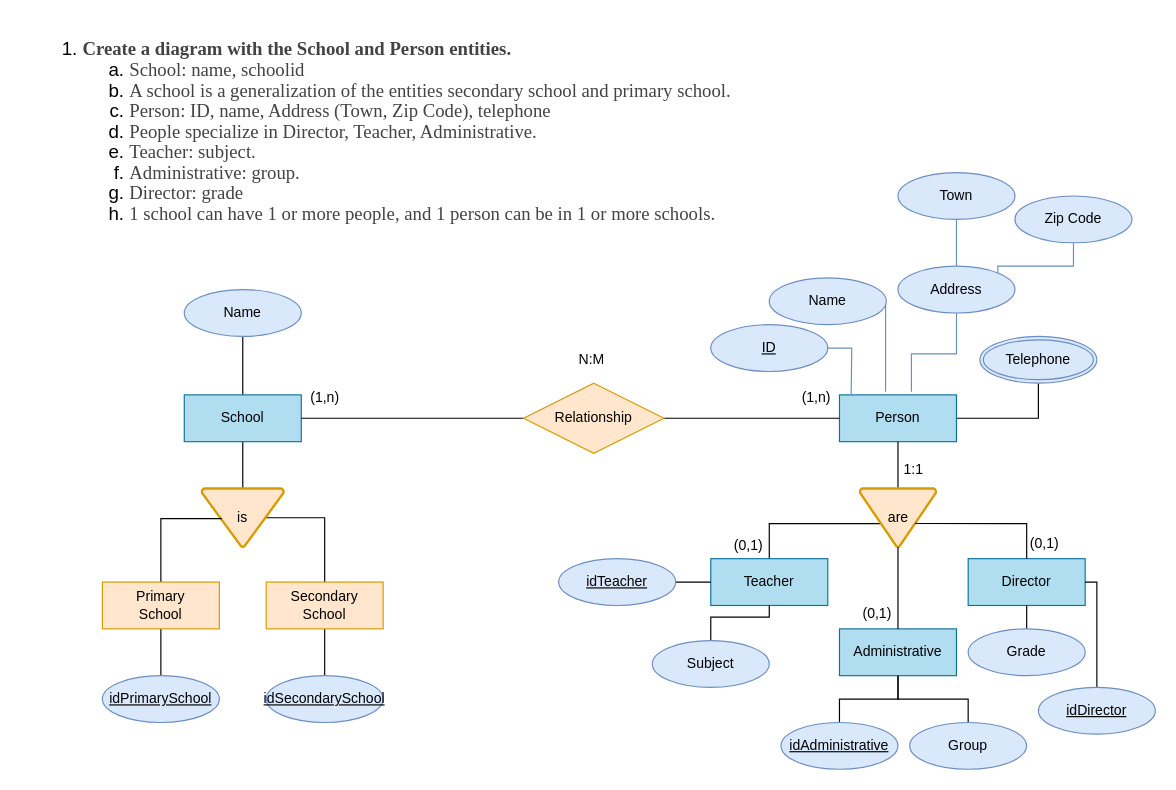
Maek0s/1DAM_Databases keeps this draw.io diagram as page "Exercise 1" (1 of 4) of UD4_Exercise4_MarcosZahonero.drawio. Above is the earlier version. Source tidied: cells renumbered, new cells numbered last; positions are measured from the earlier drawing's top-left corner, leaving out a move shared by most shapes. Both pictures are drawn from the tidied source at 117%, with x=0, y=0 at pixel (20, 20).
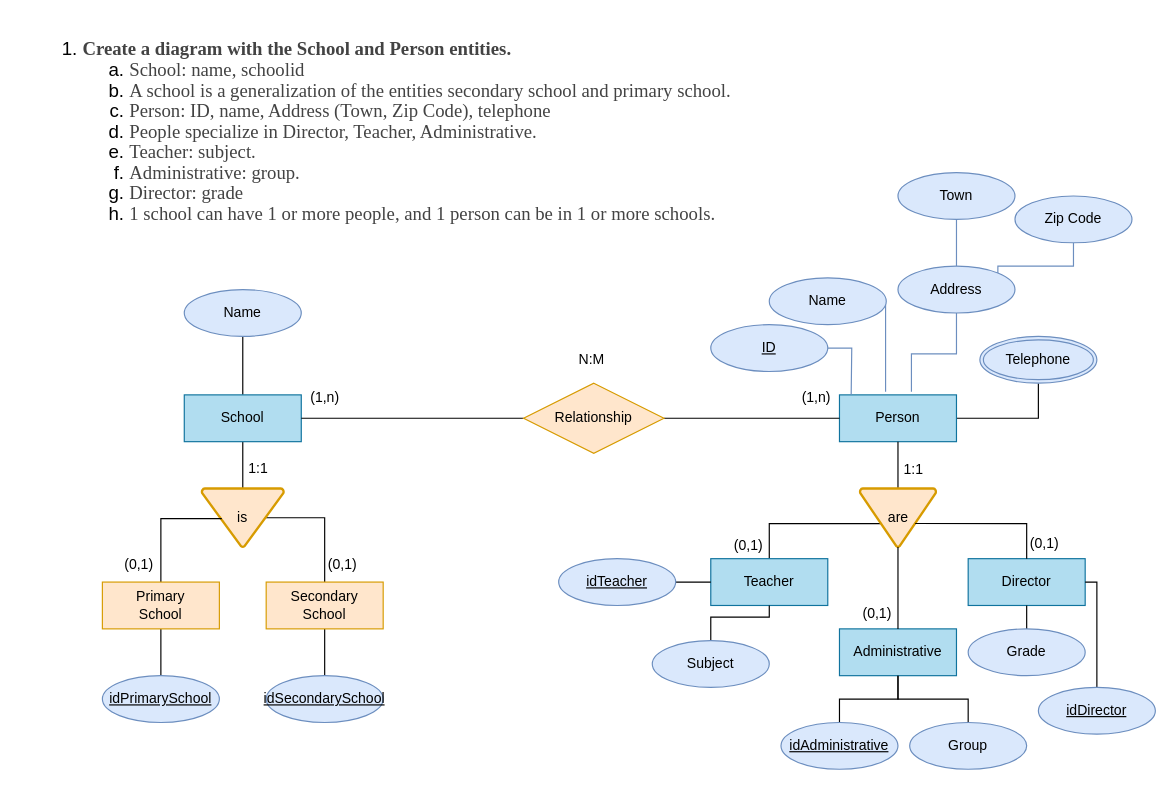
The same page after the edit.

What changed in the source:
```diff
@@
+    <mxCell id="59" value="(0,1)" style="text;html=1;align=center;verticalAlign=middle;strokeColor=none;fillColor=none;" parent="1" vertex="1">
+      <mxGeometry x="250" y="450" width="50" height="30" as="geometry" />
+    </mxCell>
+    <mxCell id="60" value="(0,1)" style="text;html=1;align=center;verticalAlign=middle;strokeColor=none;fillColor=none;" parent="1" vertex="1">
+      <mxGeometry x="76" y="450" width="50" height="30" as="geometry" />
+    </mxCell>
+    <mxCell id="61" value="1:1" style="text;html=1;align=center;verticalAlign=middle;strokeColor=none;fillColor=none;" parent="1" vertex="1">
+      <mxGeometry x="183" y="368" width="40" height="30" as="geometry" />
+    </mxCell>
```
